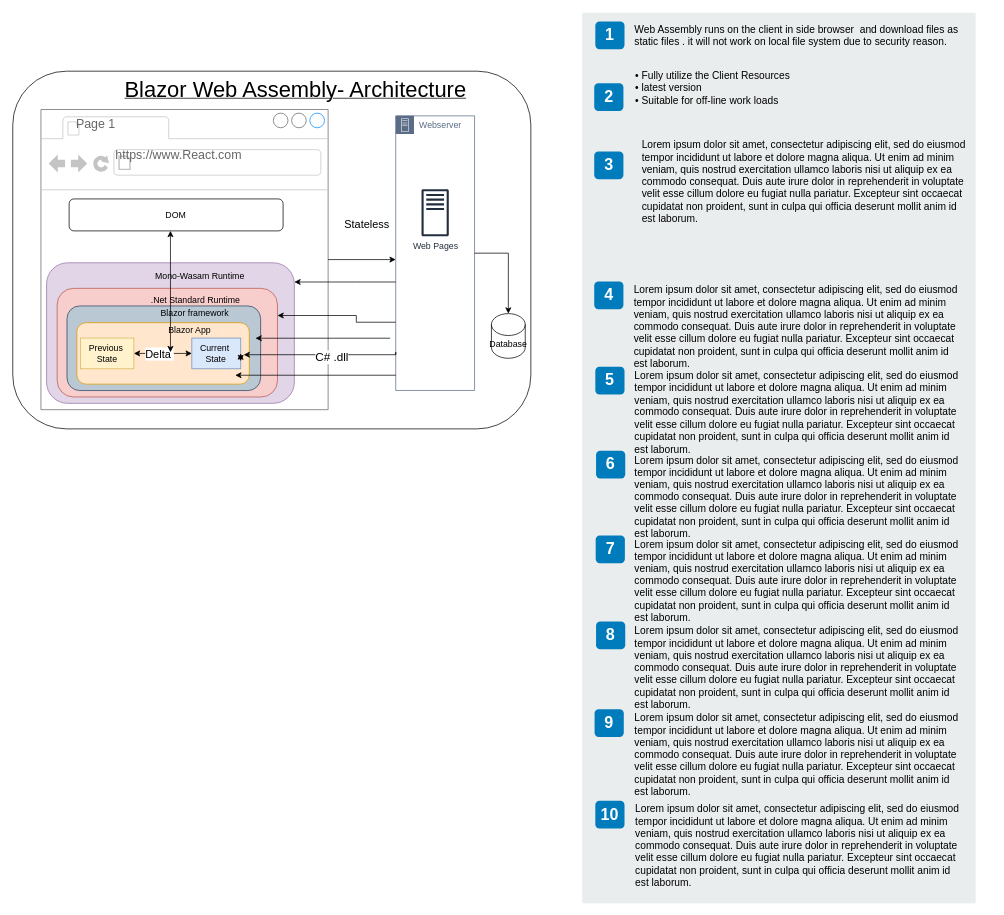
KollaRajesh/AzTech-Blazor keeps this draw.io diagram as page "Blazor -WASM Architecture" (3 of 9) of Untitled Diagram.drawio. Above is the earlier version. Source tidied: cells renumbered, new cells numbered last; positions are measured from the earlier drawing's top-left corner, leaving out a move shared by most shapes. Both pictures are drawn from the tidied source at 73%, with x=0, y=0 at pixel (12, 12).
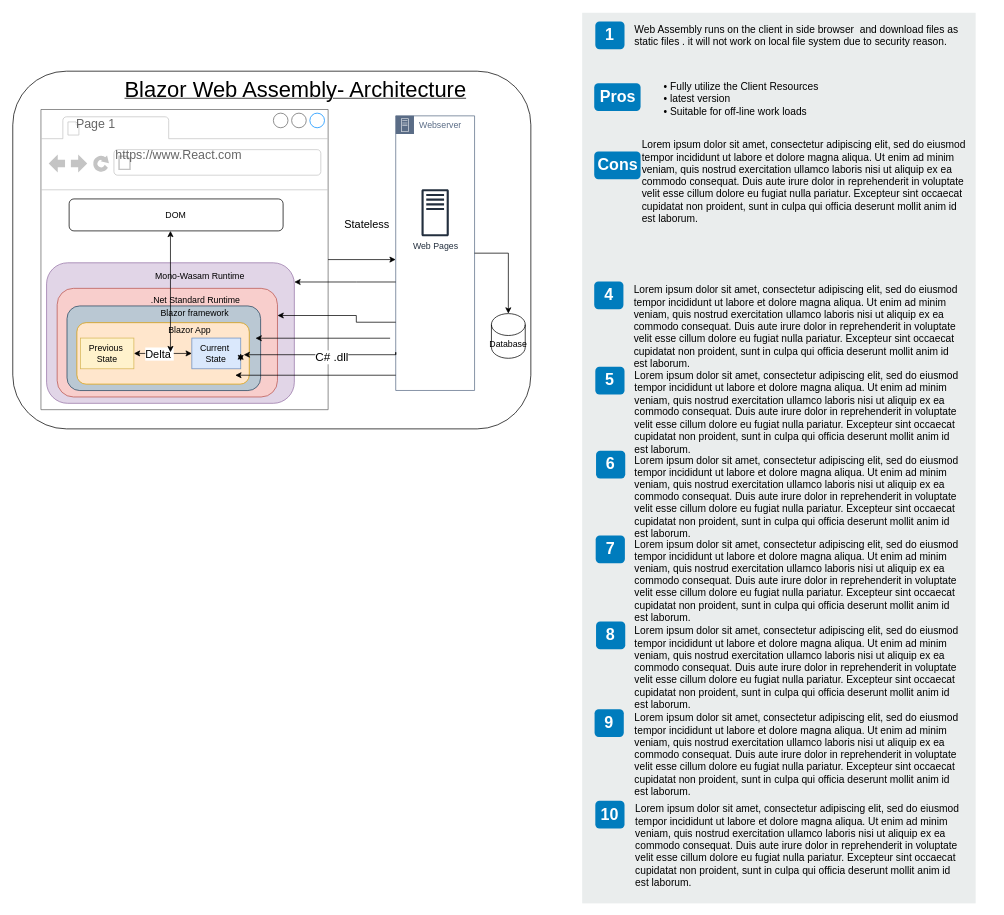
The same diagram, later.

Diff of the diagram source:
```diff
@@
-    <mxCell id="4" value="2" style="rounded=1;whiteSpace=wrap;html=1;fillColor=#007CBD;strokeColor=none;fontColor=#FFFFFF;fontStyle=1;fontSize=22;labelBackgroundColor=none;" parent="1" vertex="1">
-      <mxGeometry x="796.5" y="96.5" width="40" height="38" as="geometry" />
+    <mxCell id="4" value="Pros" style="rounded=1;whiteSpace=wrap;html=1;fillColor=#007CBD;strokeColor=none;fontColor=#FFFFFF;fontStyle=1;fontSize=22;labelBackgroundColor=none;" parent="1" vertex="1">
+      <mxGeometry x="796.5" y="96.5" width="63.5" height="38" as="geometry" />
     </mxCell>
-    <mxCell id="5" value="3" style="rounded=1;whiteSpace=wrap;html=1;fillColor=#007CBD;strokeColor=none;fontColor=#FFFFFF;fontStyle=1;fontSize=22;labelBackgroundColor=none;" parent="1" vertex="1">
-      <mxGeometry x="796.5" y="190" width="40" height="38" as="geometry" />
+    <mxCell id="5" value="Cons" style="rounded=1;whiteSpace=wrap;html=1;fillColor=#007CBD;strokeColor=none;fontColor=#FFFFFF;fontStyle=1;fontSize=22;labelBackgroundColor=none;" parent="1" vertex="1">
+      <mxGeometry x="796.5" y="190" width="63.5" height="38" as="geometry" />
     </mxCell>
@@
     <mxCell id="13" value="&lt;div&gt;•&lt;span&gt; &lt;/span&gt;Fully utilize the Client Resources&amp;nbsp;&lt;/div&gt;&lt;div&gt;•&lt;span&gt; &lt;/span&gt;latest version&amp;nbsp;&lt;/div&gt;&lt;div&gt;•&lt;span&gt; &lt;/span&gt;Suitable for off-line work loads&lt;/div&gt;" style="text;html=1;align=left;verticalAlign=top;spacingTop=-4;fontSize=14;labelBackgroundColor=none;whiteSpace=wrap;" parent="1" vertex="1">
-      <mxGeometry x="850.5" y="75" width="450" height="75" as="geometry" />
+      <mxGeometry x="890" y="90" width="450" height="75" as="geometry" />
     </mxCell>
```
